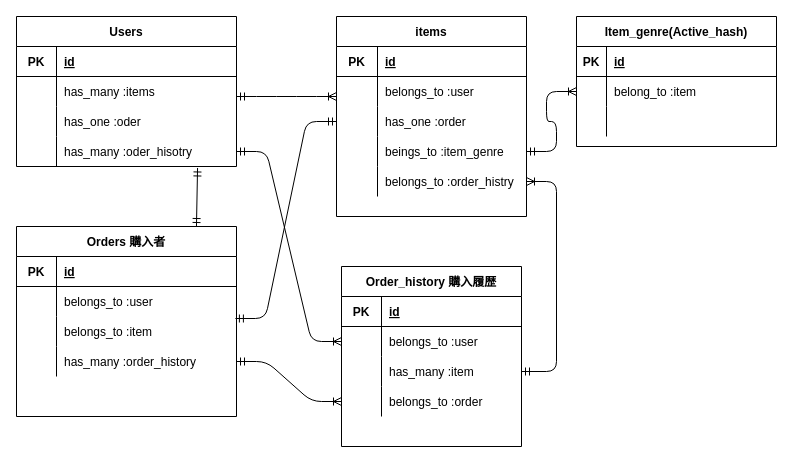
The draw.io diagram erpct.dio in mgm1227/furima-37140, before the edit. Source tidied: cells renumbered, new cells numbered last; positions are measured from the earlier drawing's top-left corner, leaving out a move shared by most shapes. Both pictures are drawn from the tidied source at 100%, with x=0, y=0 at pixel (16, 16).
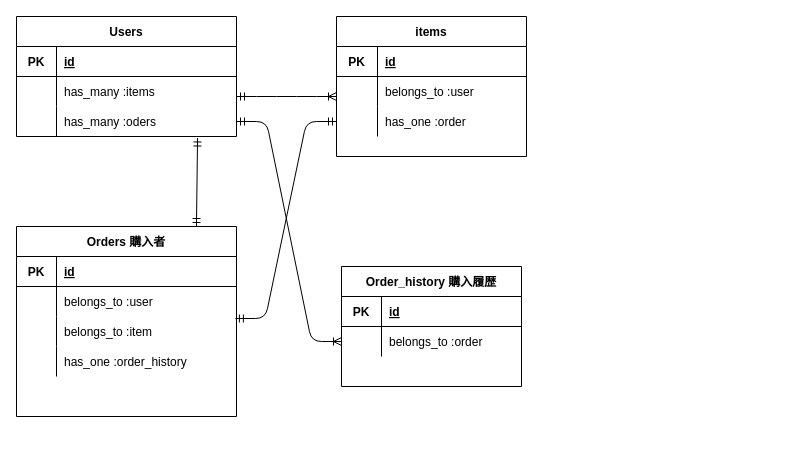
The same page after the edit.

The change refers to these unchanged cells:
```xml
<mxCell id="42" style="shape=partialRectangle;fillColor=none;top=0;left=0;bottom=0;right=0;points=[[0,0.5],[1,0.5]];portConstraint=eastwest;" parent="32" vertex="1">
  <mxGeometry y="120" width="220" height="30" as="geometry" />
</mxCell>
<mxCell id="49" style="shape=partialRectangle;fillColor=none;top=0;left=0;bottom=0;right=0;points=[[0,0.5],[1,0.5]];portConstraint=eastwest;" parent="45" vertex="1">
  <mxGeometry y="60" width="180" height="30" as="geometry" />
</mxCell>
```

The edit, as a diff of the source:
```diff
@@
     <mxCell id="2" value="Users" style="shape=table;startSize=30;childLayout=tableLayout;rowLines=0;fontStyle=1;align=center;" parent="1" vertex="1">
-      <mxGeometry width="220" height="150" as="geometry" />
+      <mxGeometry width="220" height="120" as="geometry" />
     </mxCell>
@@
-    <mxCell id="9" style="shape=partialRectangle;fillColor=none;top=0;left=0;bottom=0;right=0;" parent="2" vertex="1">
-      <mxGeometry y="90" width="220" height="30" as="geometry" />
-    </mxCell>
-    <mxCell id="10" style="shape=partialRectangle;fillColor=none;top=0;left=0;bottom=0;right=0;overflow=hidden;" parent="9" vertex="1">
-      <mxGeometry width="40" height="30" as="geometry" />
-    </mxCell>
-    <mxCell id="11" value="has_one :oder" style="shape=partialRectangle;fillColor=none;top=0;left=0;bottom=0;right=0;align=left;spacingLeft=6;overflow=hidden;" parent="9" vertex="1">
-      <mxGeometry x="40" width="180" height="30" as="geometry" />
-    </mxCell>
     <mxCell id="12" style="shape=partialRectangle;fillColor=none;top=0;left=0;bottom=0;right=0;points=[[0,0.5],[1,0.5]];portConstraint=eastwest;" parent="2" vertex="1">
-      <mxGeometry y="120" width="220" height="30" as="geometry" />
+      <mxGeometry y="90" width="220" height="30" as="geometry" />
     </mxCell>
@@
-    <mxCell id="14" value="has_many :oder_hisotry" style="shape=partialRectangle;fillColor=none;top=0;left=0;bottom=0;right=0;align=left;spacingLeft=6;overflow=hidden;" parent="12" vertex="1">
+    <mxCell id="14" value="has_many :oders" style="shape=partialRectangle;fillColor=none;top=0;left=0;bottom=0;right=0;align=left;spacingLeft=6;overflow=hidden;" parent="12" vertex="1">
       <mxGeometry x="40" width="180" height="30" as="geometry" />
     </mxCell>
     <mxCell id="15" value="items" style="shape=table;startSize=30;childLayout=tableLayout;rowLines=0;fontStyle=1;align=center;" parent="1" vertex="1">
-      <mxGeometry x="320" width="190" height="200" as="geometry" />
+      <mxGeometry x="320" width="190" height="140" as="geometry" />
     </mxCell>
@@
-    <mxCell id="25" style="shape=partialRectangle;fillColor=none;top=0;left=0;bottom=0;right=0;points=[[0,0.5],[1,0.5]];portConstraint=eastwest;" parent="15" vertex="1">
-      <mxGeometry y="120" width="190" height="30" as="geometry" />
-    </mxCell>
-    <mxCell id="26" style="shape=partialRectangle;fillColor=none;top=0;left=0;bottom=0;right=0;overflow=hidden;" parent="25" vertex="1">
-      <mxGeometry width="41" height="30" as="geometry" />
-    </mxCell>
-    <mxCell id="27" value="beings_to :item_genre" style="shape=partialRectangle;fillColor=none;top=0;left=0;bottom=0;right=0;align=left;spacingLeft=6;overflow=hidden;" parent="25" vertex="1">
-      <mxGeometry x="41" width="149" height="30" as="geometry" />
-    </mxCell>
-    <mxCell id="28" style="shape=partialRectangle;fillColor=none;top=0;left=0;bottom=0;right=0;points=[[0,0.5],[1,0.5]];portConstraint=eastwest;" parent="15" vertex="1">
-      <mxGeometry y="150" width="190" height="30" as="geometry" />
-    </mxCell>
-    <mxCell id="29" style="shape=partialRectangle;fillColor=none;top=0;left=0;bottom=0;right=0;overflow=hidden;" parent="28" vertex="1">
-      <mxGeometry width="41" height="30" as="geometry" />
-    </mxCell>
-    <mxCell id="30" value="belongs_to :order_histry" style="shape=partialRectangle;fillColor=none;top=0;left=0;bottom=0;right=0;align=left;spacingLeft=6;overflow=hidden;" parent="28" vertex="1">
-      <mxGeometry x="41" width="149" height="30" as="geometry" />
-    </mxCell>
@@
-    <mxCell id="44" value="has_many :order_history" style="shape=partialRectangle;fillColor=none;top=0;left=0;bottom=0;right=0;align=left;spacingLeft=6;overflow=hidden;" parent="42" vertex="1">
+    <mxCell id="44" value="has_one :order_history" style="shape=partialRectangle;fillColor=none;top=0;left=0;bottom=0;right=0;align=left;spacingLeft=6;overflow=hidden;" parent="42" vertex="1">
       <mxGeometry x="40" width="180" height="30" as="geometry" />
     </mxCell>
     <mxCell id="45" value="Order_history 購入履歴" style="shape=table;startSize=30;childLayout=tableLayout;rowLines=0;fontStyle=1;align=center;" parent="1" vertex="1">
-      <mxGeometry x="325" y="250" width="180" height="180" as="geometry" />
+      <mxGeometry x="325" y="250" width="180" height="120" as="geometry" />
     </mxCell>
@@
-    <mxCell id="51" value="belongs_to :user" style="shape=partialRectangle;fillColor=none;top=0;left=0;bottom=0;right=0;align=left;spacingLeft=6;overflow=hidden;" parent="49" vertex="1">
+    <mxCell id="51" value="belongs_to :order" style="shape=partialRectangle;fillColor=none;top=0;left=0;bottom=0;right=0;align=left;spacingLeft=6;overflow=hidden;" parent="49" vertex="1">
       <mxGeometry x="40" width="140" height="30" as="geometry" />
     </mxCell>
-    <mxCell id="52" style="shape=partialRectangle;fillColor=none;top=0;left=0;bottom=0;right=0;points=[[0,0.5],[1,0.5]];portConstraint=eastwest;" parent="45" vertex="1">
-      <mxGeometry y="90" width="180" height="30" as="geometry" />
-    </mxCell>
-    <mxCell id="53" style="shape=partialRectangle;fillColor=none;top=0;left=0;bottom=0;right=0;overflow=hidden;" parent="52" vertex="1">
-      <mxGeometry width="40" height="30" as="geometry" />
-    </mxCell>
-    <mxCell id="54" value="has_many :item" style="shape=partialRectangle;fillColor=none;top=0;left=0;bottom=0;right=0;align=left;spacingLeft=6;overflow=hidden;" parent="52" vertex="1">
-      <mxGeometry x="40" width="140" height="30" as="geometry" />
-    </mxCell>
-    <mxCell id="55" style="shape=partialRectangle;fillColor=none;top=0;left=0;bottom=0;right=0;points=[[0,0.5],[1,0.5]];portConstraint=eastwest;" parent="45" vertex="1">
-      <mxGeometry y="120" width="180" height="30" as="geometry" />
-    </mxCell>
-    <mxCell id="56" style="shape=partialRectangle;fillColor=none;top=0;left=0;bottom=0;right=0;overflow=hidden;" parent="55" vertex="1">
-      <mxGeometry width="40" height="30" as="geometry" />
-    </mxCell>
-    <mxCell id="57" value="belongs_to :order" style="shape=partialRectangle;fillColor=none;top=0;left=0;bottom=0;right=0;align=left;spacingLeft=6;overflow=hidden;" parent="55" vertex="1">
-      <mxGeometry x="40" width="140" height="30" as="geometry" />
-    </mxCell>
-    <mxCell id="58" value="Item_genre(Active_hash)" style="shape=table;startSize=30;childLayout=tableLayout;rowLines=0;fontStyle=1;align=center;" parent="1" vertex="1">
-      <mxGeometry x="560" width="200" height="130" as="geometry" />
-    </mxCell>
-    <mxCell id="59" style="shape=partialRectangle;fillColor=none;top=0;left=0;bottom=1;right=0;" parent="58" vertex="1">
-      <mxGeometry y="30" width="200" height="30" as="geometry" />
-    </mxCell>
-    <mxCell id="60" value="PK" style="shape=partialRectangle;fillColor=none;top=0;left=0;bottom=0;right=0;fontStyle=1;overflow=hidden;" parent="59" vertex="1">
-      <mxGeometry width="30" height="30" as="geometry" />
-    </mxCell>
-    <mxCell id="61" value="id" style="shape=partialRectangle;fillColor=none;top=0;left=0;bottom=0;right=0;align=left;spacingLeft=6;fontStyle=5;overflow=hidden;" parent="59" vertex="1">
-      <mxGeometry x="30" width="170" height="30" as="geometry" />
-    </mxCell>
-    <mxCell id="62" style="shape=partialRectangle;fillColor=none;top=0;left=0;bottom=0;right=0;points=[[0,0.5],[1,0.5]];portConstraint=eastwest;" parent="58" vertex="1">
-      <mxGeometry y="60" width="200" height="30" as="geometry" />
-    </mxCell>
-    <mxCell id="63" style="shape=partialRectangle;fillColor=none;top=0;left=0;bottom=0;right=0;overflow=hidden;" parent="62" vertex="1">
-      <mxGeometry width="30" height="30" as="geometry" />
-    </mxCell>
-    <mxCell id="64" value="belong_to :item" style="shape=partialRectangle;fillColor=none;top=0;left=0;bottom=0;right=0;align=left;spacingLeft=6;overflow=hidden;" parent="62" vertex="1">
-      <mxGeometry x="30" width="170" height="30" as="geometry" />
-    </mxCell>
-    <mxCell id="65" style="shape=partialRectangle;fillColor=none;top=0;left=0;bottom=0;right=0;" parent="58" vertex="1">
-      <mxGeometry y="90" width="200" height="30" as="geometry" />
-    </mxCell>
-    <mxCell id="66" style="shape=partialRectangle;fillColor=none;top=0;left=0;bottom=0;right=0;overflow=hidden;" parent="65" vertex="1">
-      <mxGeometry width="30" height="30" as="geometry" />
-    </mxCell>
-    <mxCell id="67" style="shape=partialRectangle;fillColor=none;top=0;left=0;bottom=0;right=0;align=left;spacingLeft=6;overflow=hidden;" parent="65" vertex="1">
-      <mxGeometry x="30" width="170" height="30" as="geometry" />
-    </mxCell>
-    <mxCell id="68" style="edgeStyle=entityRelationEdgeStyle;fontSize=12;html=1;endArrow=ERoneToMany;startArrow=ERmandOne;" parent="1" edge="1" source="25" target="62">
-      <mxGeometry relative="1" as="geometry" />
-    </mxCell>
@@
-    <mxCell id="70" style="edgeStyle=entityRelationEdgeStyle;fontSize=12;html=1;endArrow=ERoneToMany;startArrow=ERmandOne;" parent="1" edge="1" source="42" target="55">
-      <mxGeometry relative="1" as="geometry" />
-    </mxCell>
@@
-    <mxCell id="72" style="edgeStyle=entityRelationEdgeStyle;fontSize=12;html=1;endArrow=ERoneToMany;startArrow=ERmandOne;exitX=1;exitY=0.5;exitDx=0;exitDy=0;" parent="1" edge="1" source="52" target="28">
-      <mxGeometry relative="1" as="geometry" />
-    </mxCell>
```
